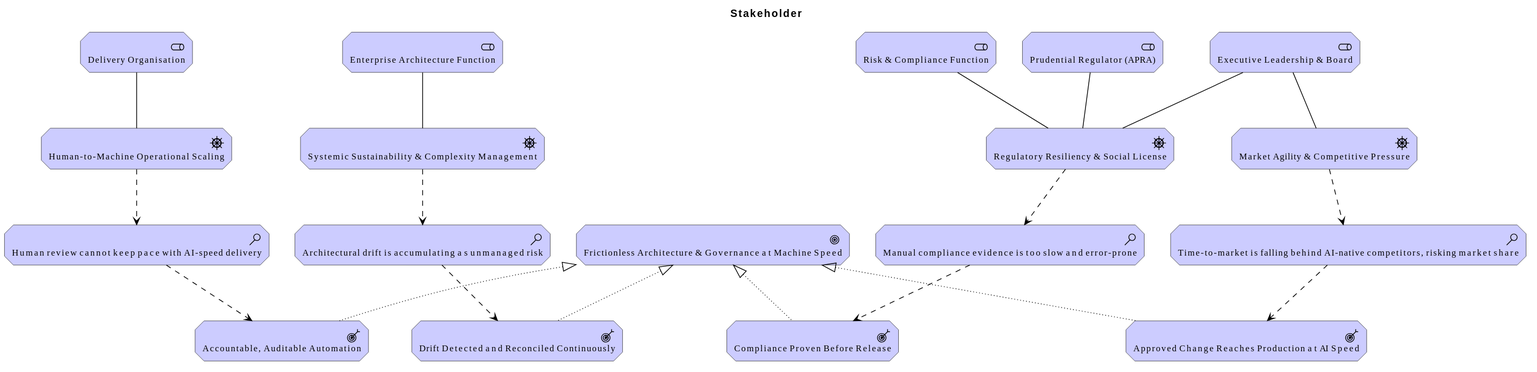
Above: architecture/model/diagrams/vision/1-stakeholder.svg in wolffy-au/frictionless-architect (PlantUML), before the change.
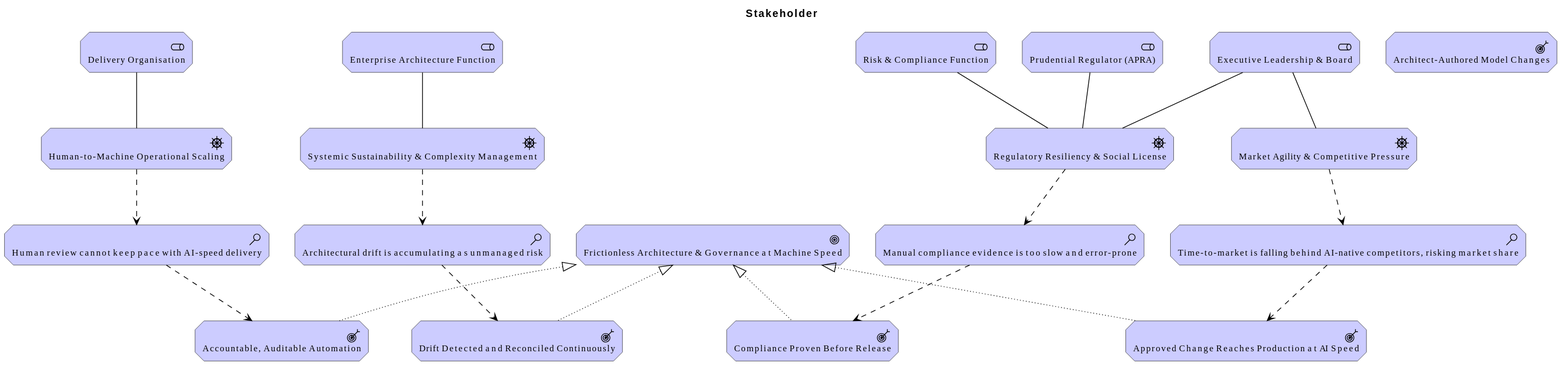
The same file after the commit.

Change to the diagram source:
```diff
@@ -21,6 +21,7 @@
 Motivation_Outcome(e_id3be36e7ab88a59, "Approved Change Reaches Production at AI Speed")
 Motivation_Outcome(e_id4f39e9ec8e4656, "Compliance Proven Before Release")
 Motivation_Outcome(e_ide8275430b0ad5e, "Accountable, Auditable Automation")
+Motivation_Outcome(e_id162419e4eb6659, "Architect-Authored Model Changes")
 
 Rel_Association(e_id19419ed668d556, e_ida87011c08f1e5a, "")
 Rel_Association(e_id19419ed668d556, e_idffe4063e121e5d, "")
```
